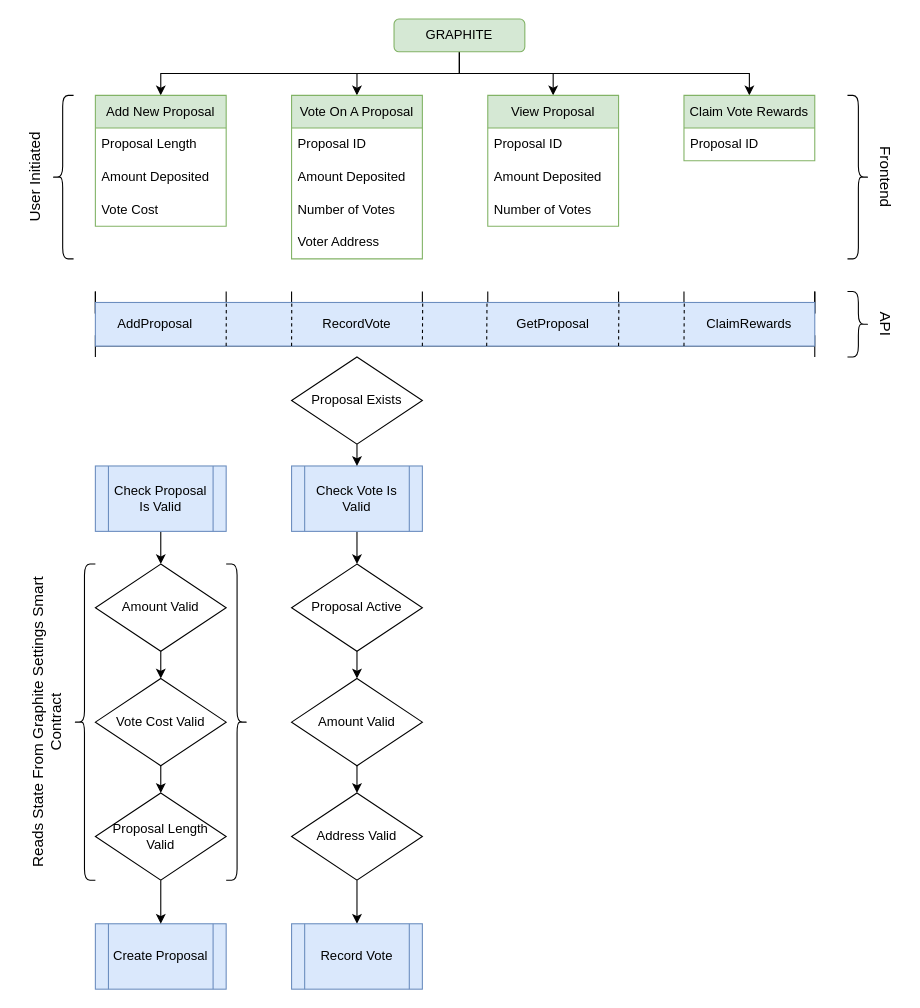
hello-adam-martin/diagrams keeps this draw.io diagram as Graphite.drawio. Above is the earlier version. Source tidied: cells renumbered, new cells numbered last; positions are measured from the earlier drawing's top-left corner, leaving out a move shared by most shapes. Both pictures are drawn from the tidied source at 109%, with x=0, y=0 at pixel (-112, 19).
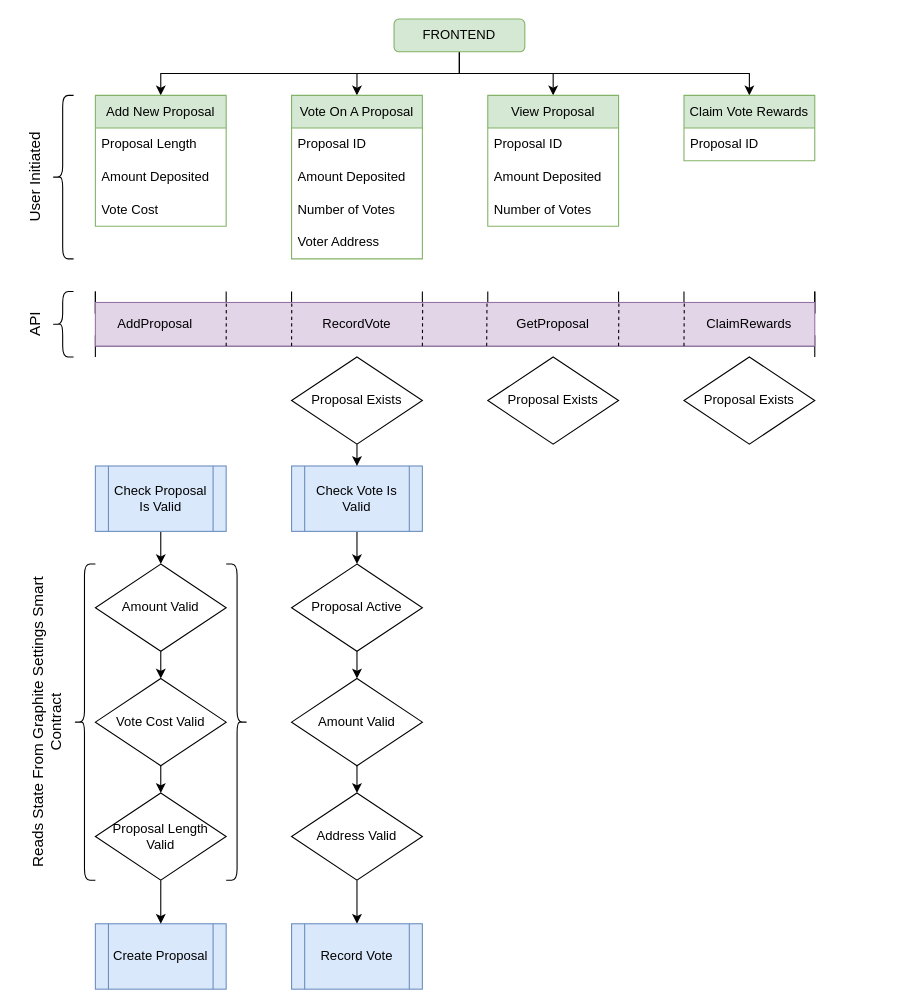
The same page after the edit.

What changed in the source:
```diff
@@
-    <mxCell id="6" value="GRAPHITE" style="rounded=1;whiteSpace=wrap;html=1;fillColor=#d5e8d4;strokeColor=#82b366;" parent="1" vertex="1">
+    <mxCell id="6" value="FRONTEND" style="rounded=1;whiteSpace=wrap;html=1;fillColor=#d5e8d4;strokeColor=#82b366;" parent="1" vertex="1">
       <mxGeometry x="464" width="120" height="30" as="geometry" />
     </mxCell>
@@
-    <mxCell id="41" style="shape=curlyBracket;whiteSpace=wrap;html=1;rounded=1;flipH=1;labelPosition=right;verticalLabelPosition=middle;align=left;verticalAlign=middle;" parent="1" vertex="1">
-      <mxGeometry x="880" y="70" width="20" height="150" as="geometry" />
-    </mxCell>
-    <mxCell id="42" value="Frontend" style="text;html=1;strokeColor=none;fillColor=none;align=center;verticalAlign=middle;whiteSpace=wrap;rounded=0;rotation=90;fontSize=14;" parent="1" vertex="1">
-      <mxGeometry x="830" y="130" width="170" height="30" as="geometry" />
-    </mxCell>
@@
-    <mxCell id="55" style="rounded=0;whiteSpace=wrap;html=1;fillColor=#dae8fc;strokeColor=#6c8ebf;" parent="1" vertex="1">
+    <mxCell id="55" style="rounded=0;whiteSpace=wrap;html=1;fillColor=#e1d5e7;strokeColor=#9673a6;" parent="1" vertex="1">
       <mxGeometry x="190" y="260" width="660" height="40" as="geometry" />
     </mxCell>
@@
-    <mxCell id="58" style="shape=curlyBracket;whiteSpace=wrap;html=1;rounded=1;flipH=1;labelPosition=right;verticalLabelPosition=middle;align=left;verticalAlign=middle;" parent="1" vertex="1">
-      <mxGeometry x="880" y="250" width="20" height="60" as="geometry" />
-    </mxCell>
-    <mxCell id="59" value="API" style="text;html=1;strokeColor=none;fillColor=none;align=center;verticalAlign=middle;whiteSpace=wrap;rounded=0;rotation=90;fontSize=14;" parent="1" vertex="1">
-      <mxGeometry x="830" y="265" width="170" height="30" as="geometry" />
+    <mxCell id="59" value="API" style="text;html=1;strokeColor=none;fillColor=none;align=center;verticalAlign=middle;whiteSpace=wrap;rounded=0;rotation=-90;fontSize=14;" parent="1" vertex="1">
+      <mxGeometry x="50" y="265" width="170" height="30" as="geometry" />
     </mxCell>
@@
+    <mxCell id="68" value="Proposal Exists" style="rhombus;whiteSpace=wrap;html=1;" parent="1" vertex="1">
+      <mxGeometry x="550" y="310" width="120" height="80" as="geometry" />
+    </mxCell>
+    <mxCell id="69" value="Proposal Exists" style="rhombus;whiteSpace=wrap;html=1;" parent="1" vertex="1">
+      <mxGeometry x="730" y="310" width="120" height="80" as="geometry" />
+    </mxCell>
+    <mxCell id="70" style="shape=curlyBracket;whiteSpace=wrap;html=1;rounded=1;labelPosition=left;verticalLabelPosition=middle;align=right;verticalAlign=middle;" parent="1" vertex="1">
+      <mxGeometry x="150" y="250" width="20" height="60" as="geometry" />
+    </mxCell>
```
